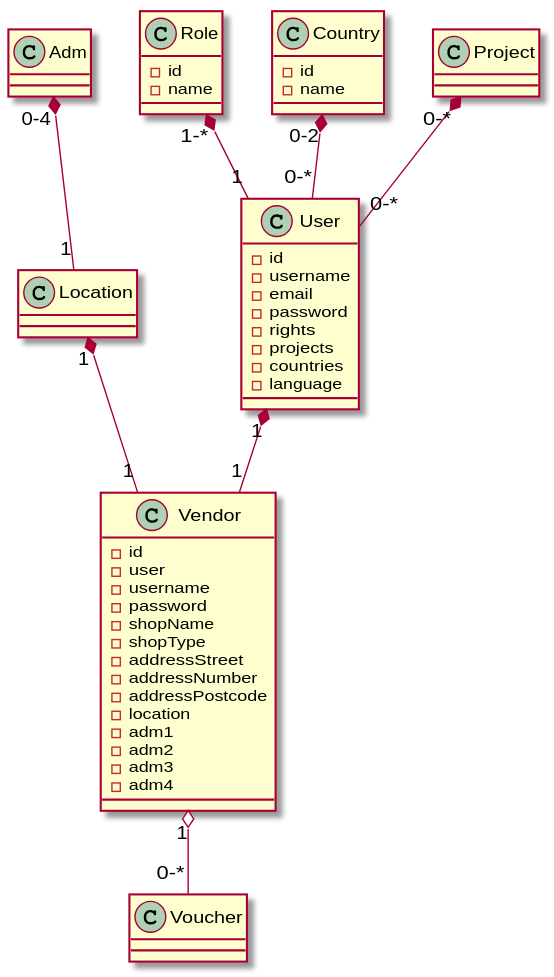
Above: src/app/models/uml/user.svg in ReliefApplications/bms_front (PlantUML), before the change.
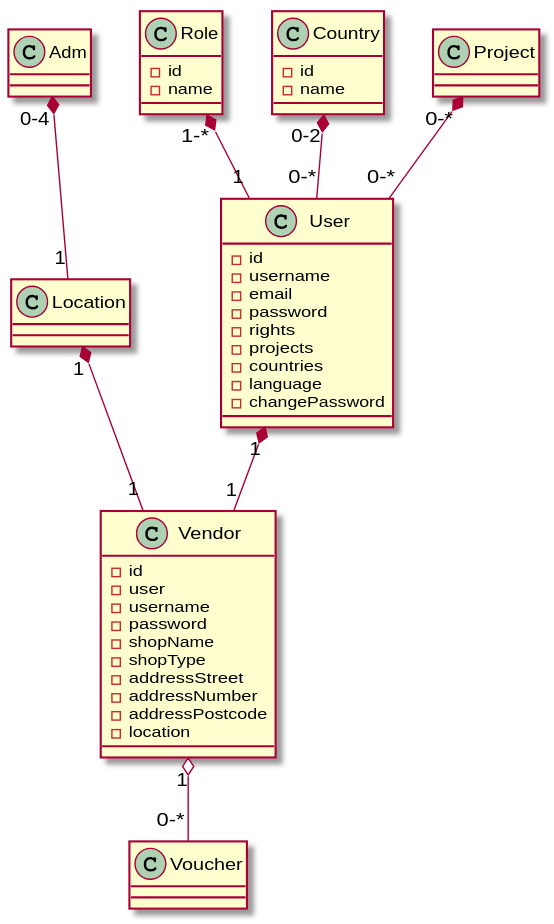
The same file after the commit.

Diff of the diagram source:
```diff
@@ -8,6 +8,7 @@
     - projects
     - countries
     - language
+    - changePassword
 }
 
 class Vendor {
@@ -21,10 +22,6 @@
     - addressNumber
     - addressPostcode
     - location
-    - adm1
-    - adm2
-    - adm3
-    - adm4
 }
 
 class Role {
```
